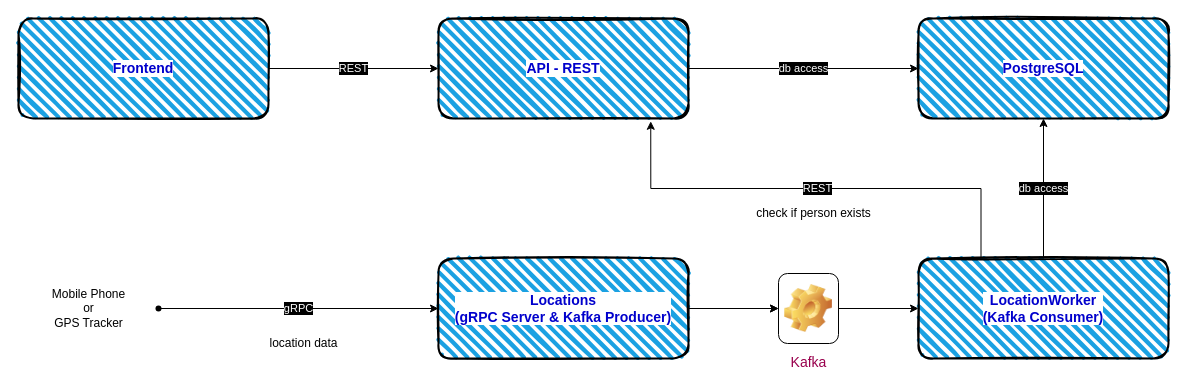
jeikens/nd064-c2 keeps this draw.io diagram as docs/architecture_design.drawio. Above is the earlier version. Source tidied: cells renumbered, new cells numbered last; positions are measured from the earlier drawing's top-left corner, leaving out a move shared by most shapes. Both pictures are drawn from the tidied source at 100%, with x=0, y=0 at pixel (18, 18).
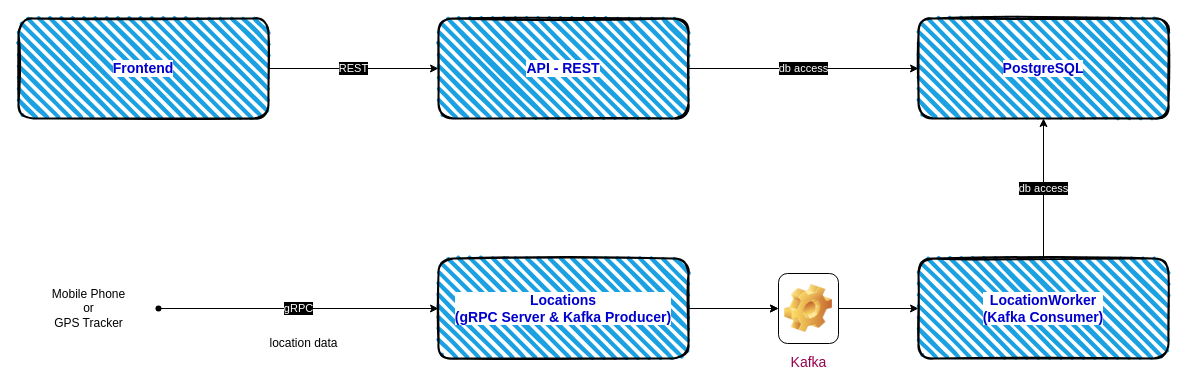
Above is the later version.

Change to the diagram source:
```diff
@@
 <mxGraphModel>
   <root>
     <mxCell id="0" />
     <mxCell id="1" parent="0" />
     <mxCell id="2" value="PostgreSQL" style="rounded=1;whiteSpace=wrap;html=1;strokeWidth=2;fillWeight=4;hachureGap=8;hachureAngle=45;fillColor=#1ba1e2;sketch=1;fontSize=14;fontColor=#0000CC;verticalAlign=middle;align=center;fontStyle=1;labelBackgroundColor=#FFFFFF;" parent="1" vertex="1">
       <mxGeometry x="900" width="250" height="100" as="geometry" />
     </mxCell>
     <mxCell id="3" value="db access" style="edgeStyle=orthogonalEdgeStyle;rounded=0;jettySize=auto;html=1;exitX=1;exitY=0.5;exitDx=0;exitDy=0;labelBackgroundColor=#000000;fontColor=#FFFFFF;" parent="1" edge="1" source="4" target="2">
       <mxGeometry relative="1" as="geometry" />
     </mxCell>
     <mxCell id="4" value="API - REST" style="rounded=1;whiteSpace=wrap;html=1;strokeWidth=2;fillWeight=4;hachureGap=8;hachureAngle=45;fillColor=#1ba1e2;sketch=1;fontSize=14;fontColor=#0000CC;verticalAlign=middle;align=center;fontStyle=1;labelBackgroundColor=#FFFFFF;" parent="1" vertex="1">
       <mxGeometry x="420" width="250" height="100" as="geometry" />
     </mxCell>
     <mxCell id="5" style="edgeStyle=orthogonalEdgeStyle;rounded=0;jettySize=auto;html=1;" parent="1" edge="1" source="7" target="13">
       <mxGeometry relative="1" as="geometry" />
     </mxCell>
     <mxCell id="6" style="edgeStyle=orthogonalEdgeStyle;rounded=0;jettySize=auto;html=1;" parent="1" edge="1" source="7" target="13">
       <mxGeometry relative="1" as="geometry" />
     </mxCell>
     <mxCell id="7" value="&lt;span style=&quot;font-size: 14px;&quot;&gt;&lt;span style=&quot;font-size: 14px;&quot;&gt;Locations&lt;br&gt;(gRPC Server &amp;amp; Kafka Producer)&lt;br style=&quot;font-size: 14px;&quot;&gt;&lt;/span&gt;&lt;/span&gt;" style="rounded=1;whiteSpace=wrap;html=1;strokeWidth=2;fillWeight=4;hachureGap=8;hachureAngle=45;fillColor=#1ba1e2;sketch=1;fontSize=14;fontColor=#0000CC;align=center;verticalAlign=middle;fontStyle=1;labelBackgroundColor=#FFFFFF;" parent="1" vertex="1">
       <mxGeometry x="420" y="240" width="250" height="100" as="geometry" />
     </mxCell>
     <mxCell id="8" value="Frontend" style="rounded=1;whiteSpace=wrap;html=1;strokeWidth=2;fillWeight=4;hachureGap=8;hachureAngle=45;fillColor=#1ba1e2;sketch=1;fontSize=14;verticalAlign=middle;align=center;fontStyle=1;fontColor=#0000CC;labelBackgroundColor=#FFFFFF;" parent="1" vertex="1">
       <mxGeometry width="250" height="100" as="geometry" />
     </mxCell>
     <mxCell id="9" value="REST" style="edgeStyle=orthogonalEdgeStyle;rounded=0;jettySize=auto;html=1;fontColor=#FFFFFF;labelBackgroundColor=#000000;entryX=0;entryY=0.5;entryDx=0;entryDy=0;exitX=1;exitY=0.5;exitDx=0;exitDy=0;" parent="1" edge="1" source="8" target="4">
       <mxGeometry relative="1" as="geometry" />
     </mxCell>
     <mxCell id="10" value="gRPC" style="edgeStyle=orthogonalEdgeStyle;rounded=0;jettySize=auto;html=1;fontColor=#FFFFFF;startArrow=none;startFill=0;labelBackgroundColor=#000000;entryX=0;entryY=0.5;entryDx=0;entryDy=0;exitDx=0;exitDy=0;" parent="1" edge="1" source="16" target="7">
       <mxGeometry relative="1" as="geometry" />
     </mxCell>
     <mxCell id="11" value="db access" style="edgeStyle=orthogonalEdgeStyle;rounded=0;jettySize=auto;html=1;exitX=0.5;exitY=0;exitDx=0;exitDy=0;entryX=0.5;entryY=1;entryDx=0;entryDy=0;fontSize=11;fontColor=#FFFFFF;labelBackgroundColor=#000000;" parent="1" edge="1" source="15" target="2">
       <mxGeometry relative="1" as="geometry" />
     </mxCell>
     <mxCell id="12" style="edgeStyle=orthogonalEdgeStyle;rounded=0;jettySize=auto;html=1;labelBackgroundColor=#000000;fontSize=11;fontColor=#FFFFFF;" parent="1" edge="1" source="13" target="15">
       <mxGeometry relative="1" as="geometry" />
     </mxCell>
     <mxCell id="13" value="Kafka" style="icon;html=1;image=img/clipart/Gear_128x128.png;fontSize=14;fontColor=#99004D;" parent="1" vertex="1">
       <mxGeometry x="760" y="255" width="60" height="70" as="geometry" />
     </mxCell>
-    <mxCell id="14" value="REST" style="edgeStyle=orthogonalEdgeStyle;rounded=0;jettySize=auto;html=1;exitX=0.25;exitY=0;exitDx=0;exitDy=0;entryX=0.849;entryY=1.028;entryDx=0;entryDy=0;entryPerimeter=0;labelBackgroundColor=#000000;fontColor=#FFFFFF;" parent="1" edge="1" source="15" target="4">
-      <mxGeometry relative="1" as="geometry" />
-    </mxCell>
     <mxCell id="15" value="LocationWorker&lt;br&gt;(Kafka Consumer)" style="rounded=1;whiteSpace=wrap;html=1;strokeWidth=2;fillWeight=4;hachureGap=8;hachureAngle=45;fillColor=#1ba1e2;sketch=1;fontSize=14;fontColor=#0000CC;fontStyle=1;verticalAlign=middle;align=center;labelBackgroundColor=#FFFFFF;" parent="1" vertex="1">
       <mxGeometry x="900" y="240" width="250" height="100" as="geometry" />
     </mxCell>
     <mxCell id="16" style="shape=waypoint;sketch=0;size=6;points=[];fillColor=none;perimeter=centerPerimeter;snapToPoint=1;fontColor=#FFFFFF;" parent="1" vertex="1">
       <mxGeometry x="120" y="270" width="40" height="40" as="geometry" />
     </mxCell>
     <mxCell id="17" value="Mobile Phone&lt;br&gt;or&lt;br&gt;GPS Tracker" style="text;html=1;align=center;verticalAlign=middle;strokeColor=none;fillColor=none;fontColor=#000000;" parent="1" vertex="1">
       <mxGeometry x="20" y="260" width="100" height="60" as="geometry" />
     </mxCell>
     <mxCell id="18" value="location data" style="text;html=1;align=center;verticalAlign=middle;strokeColor=none;fillColor=none;fontColor=#000000;" parent="1" vertex="1">
       <mxGeometry x="240" y="310" width="90" height="30" as="geometry" />
     </mxCell>
-    <mxCell id="19" value="check if person exists" style="text;html=1;align=center;verticalAlign=middle;strokeColor=none;fillColor=none;fontColor=#000000;" parent="1" vertex="1">
-      <mxGeometry x="725" y="180" width="140" height="30" as="geometry" />
-    </mxCell>
   </root>
 </mxGraphModel>
```
